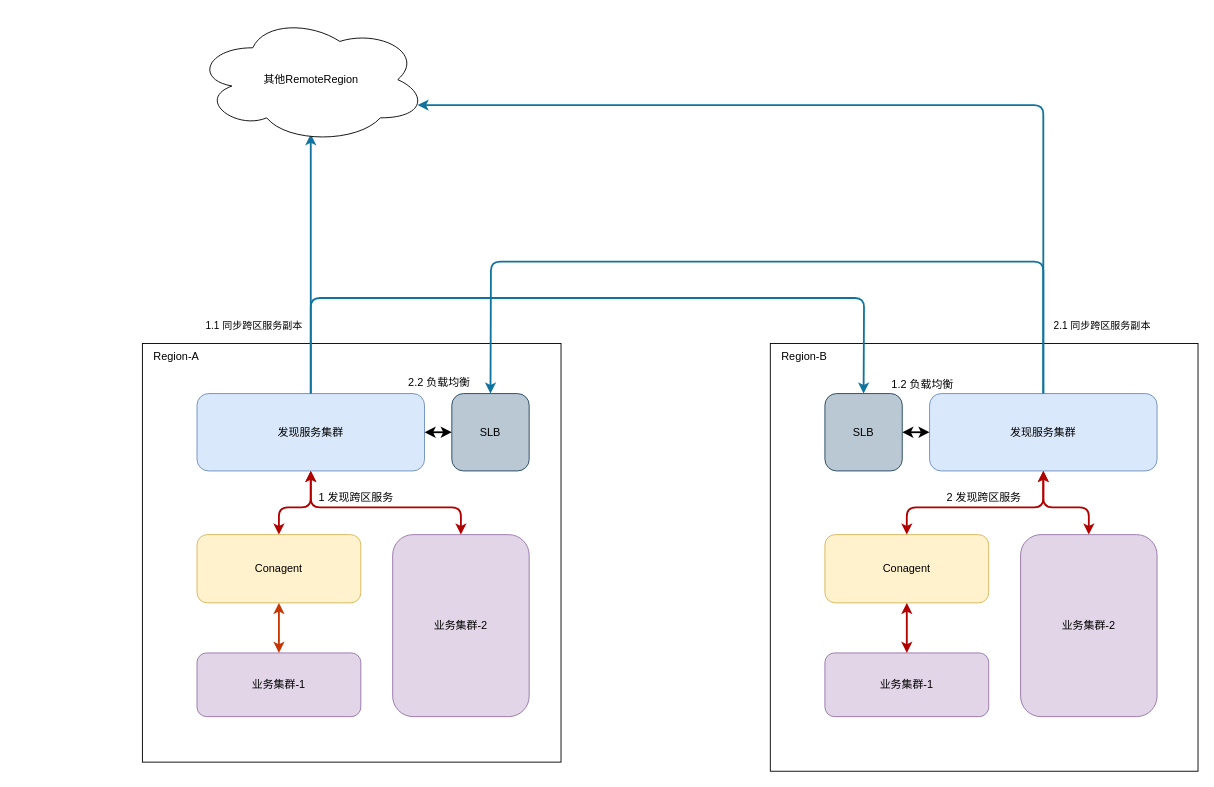
Earlier version of the draw.io diagram 同步跨区服务.drawio (Gred01/study). Source tidied: cells renumbered, new cells numbered last; positions are measured from the earlier drawing's top-left corner, leaving out a move shared by most shapes. Both pictures are drawn from the tidied source at 91%, with x=0, y=0 at pixel (142, 15).
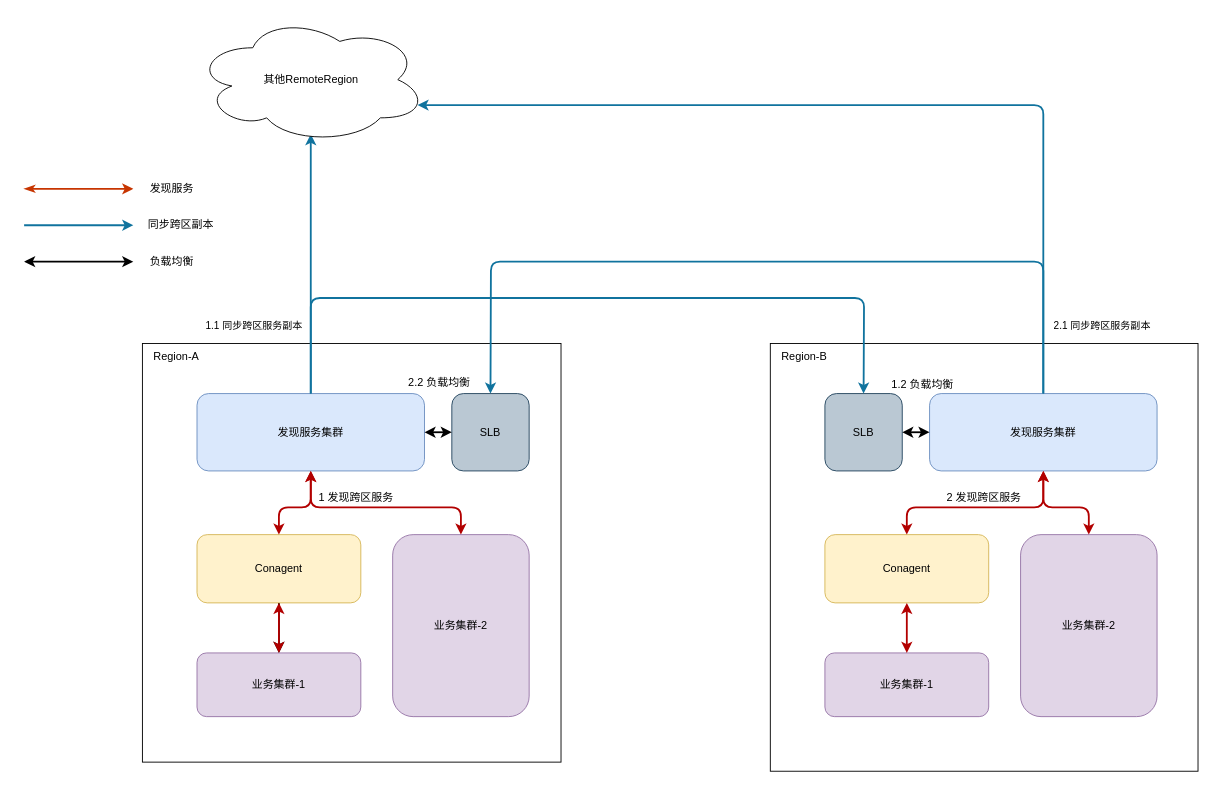
After the change.

Commit message:
Update 同步跨区服务.drawio

The change refers to these unchanged cells:
```xml
<mxCell id="4" value="Conagent" style="rounded=1;whiteSpace=wrap;html=1;fillColor=#fff2cc;strokeColor=#d6b656;" parent="1" vertex="1">
  <mxGeometry x="60" y="570" width="180" height="75" as="geometry" />
</mxCell>
<mxCell id="5" value="业务集群-1" style="rounded=1;whiteSpace=wrap;html=1;fillColor=#e1d5e7;strokeColor=#9673a6;" parent="1" vertex="1">
  <mxGeometry x="60" y="700" width="180" height="70" as="geometry" />
</mxCell>
```

Change to the diagram source:
```diff
@@
+    <mxCell id="35" style="edgeStyle=orthogonalEdgeStyle;rounded=0;jettySize=auto;html=1;startArrow=none;startFill=0;strokeWidth=2;" parent="1" edge="1" source="4" target="5">
+      <mxGeometry relative="1" as="geometry" />
+    </mxCell>
@@
-    <mxCell id="30" style="endArrow=classic;startArrow=classic;html=1;strokeWidth=2;entryX=0.5;entryY=1;entryDx=0;entryDy=0;fillColor=#fa6800;strokeColor=#C73500;" parent="1" edge="1" source="5" target="4">
+    <mxCell id="30" style="endArrow=classic;startArrow=classic;html=1;strokeWidth=2;entryX=0.5;entryY=1;entryDx=0;entryDy=0;fillColor=#e51400;strokeColor=#B20000;" parent="1" edge="1" source="5" target="4">
       <mxGeometry relative="1" as="geometry" />
     </mxCell>
@@
+    <mxCell id="36" style="endArrow=classic;html=1;fillColor=#fa6800;strokeColor=#C73500;strokeWidth=2;startArrow=classicThin;startFill=1;" parent="1" edge="1">
+      <mxGeometry relative="1" as="geometry">
+        <mxPoint x="-130" y="190" as="sourcePoint" />
+        <mxPoint x="-10" y="190" as="targetPoint" />
+      </mxGeometry>
+    </mxCell>
+    <mxCell id="37" style="endArrow=classic;html=1;strokeWidth=2;fillColor=#b1ddf0;strokeColor=#10739e;" parent="1" edge="1">
+      <mxGeometry relative="1" as="geometry">
+        <mxPoint x="-130" y="230" as="sourcePoint" />
+        <mxPoint x="-10" y="230" as="targetPoint" />
+      </mxGeometry>
+    </mxCell>
+    <mxCell id="38" value="发现服务" style="text;html=1;strokeColor=none;fillColor=none;align=center;verticalAlign=middle;whiteSpace=wrap;rounded=0;" parent="1" vertex="1">
+      <mxGeometry x="5" y="180" width="55" height="20" as="geometry" />
+    </mxCell>
+    <mxCell id="39" value="同步跨区副本" style="text;html=1;strokeColor=none;fillColor=none;align=center;verticalAlign=middle;whiteSpace=wrap;rounded=0;" parent="1" vertex="1">
+      <mxGeometry x="5" y="220" width="75" height="20" as="geometry" />
+    </mxCell>
+    <mxCell id="40" style="endArrow=classic;startArrow=classic;html=1;strokeWidth=2;" parent="1" edge="1">
+      <mxGeometry relative="1" as="geometry">
+        <mxPoint x="-130" y="270" as="sourcePoint" />
+        <mxPoint x="-10" y="270" as="targetPoint" />
+      </mxGeometry>
+    </mxCell>
+    <mxCell id="41" value="负载均衡" style="text;html=1;strokeColor=none;fillColor=none;align=center;verticalAlign=middle;whiteSpace=wrap;rounded=0;" parent="1" vertex="1">
+      <mxGeometry x="5" y="260" width="55" height="20" as="geometry" />
+    </mxCell>
```
